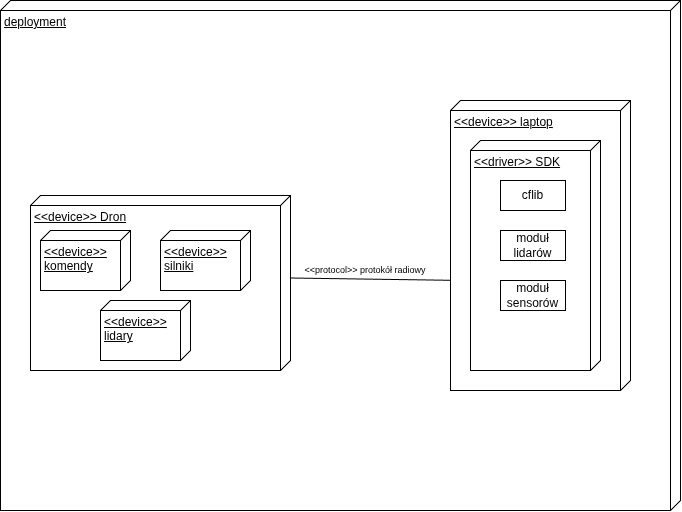
Before: docs/diagrams/deployment_diagram.png, a diagram exported from draw.io (FilipBaron/SDK_dron). Source tidied: cells renumbered, new cells last; positions are measured from the earlier drawing's top-left corner, leaving out a move shared by most shapes.
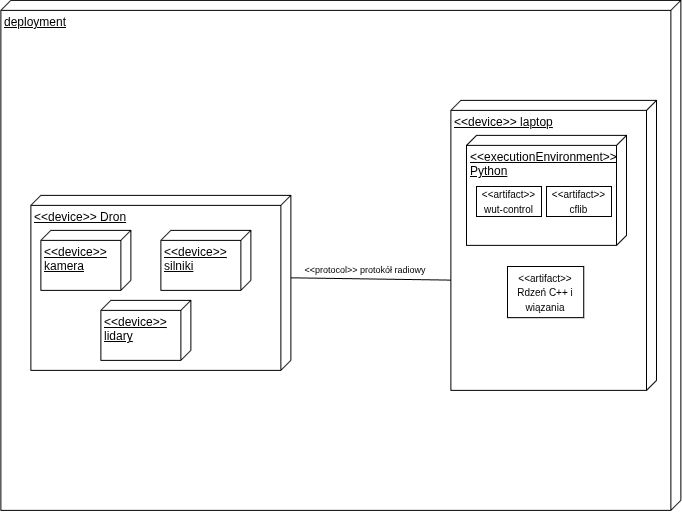
Later version of the same file.

Change to the diagram source:
```diff
@@ -8,9 +8,9 @@
     <mxCell id="3" value="&amp;lt;&amp;lt;device&amp;gt;&amp;gt; Dron" style="verticalAlign=top;align=left;spacingTop=8;spacingLeft=2;spacingRight=12;shape=cube;size=10;direction=south;fontStyle=4;html=1;whiteSpace=wrap;" parent="1" vertex="1">
       <mxGeometry x="30" y="195" width="260" height="175" as="geometry" />
     </mxCell>
-    <mxCell id="4" value="&amp;lt;&amp;lt;device&amp;gt;&amp;gt;&lt;div&gt;komendy&lt;/div&gt;" style="verticalAlign=top;align=left;spacingTop=8;spacingLeft=2;spacingRight=12;shape=cube;size=10;direction=south;fontStyle=4;html=1;whiteSpace=wrap;" parent="1" vertex="1">
-      <mxGeometry x="40" y="230" width="90" height="60" as="geometry" />
-    </mxCell>
+    <mxCell id="14" value="&amp;lt;&amp;lt;device&amp;gt;&amp;gt;&lt;div&gt;kamera&lt;/div&gt;" style="verticalAlign=top;align=left;spacingTop=8;spacingLeft=2;spacingRight=12;shape=cube;size=10;direction=south;fontStyle=4;html=1;whiteSpace=wrap;" parent="1" vertex="1">
+      <mxGeometry x="40" y="230" width="90" height="60" as="geometry" />
+    </mxCell>
     <mxCell id="5" value="&amp;lt;&amp;lt;device&amp;gt;&amp;gt;&lt;div&gt;silniki&lt;/div&gt;" style="verticalAlign=top;align=left;spacingTop=8;spacingLeft=2;spacingRight=12;shape=cube;size=10;direction=south;fontStyle=4;html=1;whiteSpace=wrap;" parent="1" vertex="1">
       <mxGeometry x="160" y="230" width="90" height="60" as="geometry" />
     </mxCell>
@@ -18,20 +18,20 @@
       <mxGeometry x="100" y="300" width="90" height="60" as="geometry" />
     </mxCell>
     <mxCell id="7" value="&amp;lt;&amp;lt;device&amp;gt;&amp;gt; laptop" style="verticalAlign=top;align=left;spacingTop=8;spacingLeft=2;spacingRight=12;shape=cube;size=10;direction=south;fontStyle=4;html=1;whiteSpace=wrap;" parent="1" vertex="1">
-      <mxGeometry x="450" y="100" width="180" height="290" as="geometry" />
+      <mxGeometry x="450" y="100" width="205.6" height="290" as="geometry" />
     </mxCell>
-    <mxCell id="8" value="&amp;lt;&amp;lt;driver&amp;gt;&amp;gt; SDK" style="verticalAlign=top;align=left;spacingTop=8;spacingLeft=2;spacingRight=12;shape=cube;size=10;direction=south;fontStyle=4;html=1;whiteSpace=wrap;" parent="1" vertex="1">
-      <mxGeometry x="470" y="140" width="130" height="230" as="geometry" />
-    </mxCell>
-    <mxCell id="9" value="cflib" style="html=1;whiteSpace=wrap;" parent="1" vertex="1">
-      <mxGeometry x="500" y="180" width="65" height="30" as="geometry" />
-    </mxCell>
-    <mxCell id="10" value="moduł lidarów" style="html=1;whiteSpace=wrap;" parent="1" vertex="1">
-      <mxGeometry x="500" y="230" width="65" height="30" as="geometry" />
-    </mxCell>
-    <mxCell id="11" value="moduł sensorów" style="html=1;whiteSpace=wrap;" parent="1" vertex="1">
-      <mxGeometry x="500" y="280" width="65" height="30" as="geometry" />
-    </mxCell>
+    <mxCell id="15" value="&amp;lt;&amp;lt;executionEnvironment&amp;gt;&amp;gt; Python" style="verticalAlign=top;align=left;spacingTop=8;spacingLeft=2;spacingRight=12;shape=cube;size=10;direction=south;fontStyle=4;html=1;whiteSpace=wrap;" parent="1" vertex="1">
+      <mxGeometry x="465.6" y="135" width="160" height="110" as="geometry" />
+    </mxCell>
+    <mxCell id="16" value="&lt;font style=&quot;font-size: 10px;&quot;&gt;&amp;lt;&amp;lt;artifact&amp;gt;&amp;gt; wut-control&lt;/font&gt;" style="html=1;whiteSpace=wrap;" parent="1" vertex="1">
+      <mxGeometry x="475.6" y="186.2" width="65" height="30" as="geometry" />
+    </mxCell>
+    <mxCell id="17" value="&lt;font style=&quot;font-size: 10px;&quot;&gt;&amp;lt;&amp;lt;artifact&amp;gt;&amp;gt; cflib&lt;/font&gt;" style="html=1;whiteSpace=wrap;" parent="1" vertex="1">
+      <mxGeometry x="545.6" y="186.2" width="65" height="30" as="geometry" />
+    </mxCell>
+    <mxCell id="18" value="&lt;font style=&quot;font-size: 10px;&quot;&gt;&amp;lt;&amp;lt;artifact&amp;gt;&amp;gt; Rdzeń C++ i wiązania&lt;/font&gt;" style="html=1;whiteSpace=wrap;" parent="1" vertex="1">
+      <mxGeometry x="506.6" y="266.2" width="76.2" height="51.2" as="geometry" />
+    </mxCell>
     <mxCell id="12" style="endArrow=none;html=1;rounded=0;defaultLabelBackgroundColor=page;exitX=0.5;exitY=0;exitDx=-5;exitDy=0;exitPerimeter=0;entryX=0.62;entryY=0.998;entryDx=0;entryDy=0;entryPerimeter=0;" parent="1" edge="1" source="3" target="7">
       <mxGeometry relative="1" as="geometry" />
     </mxCell>
```
